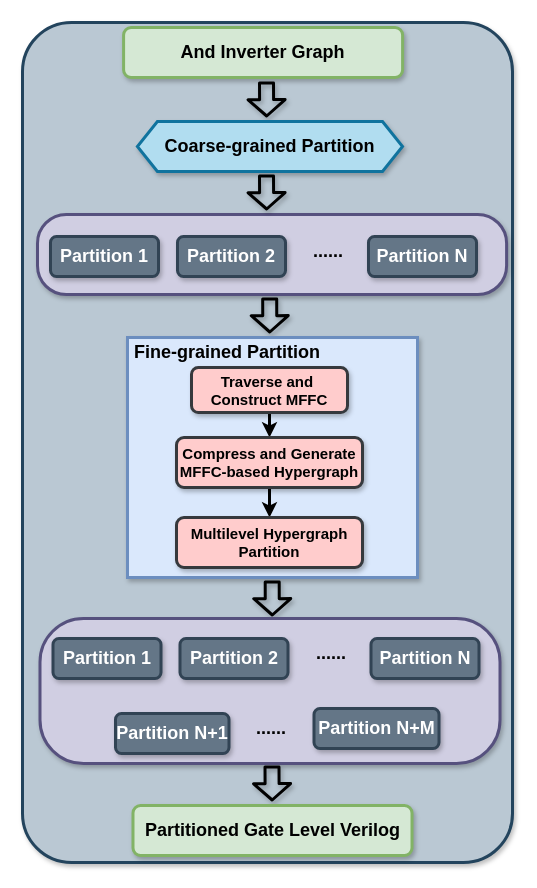
Above: PartitionFlow.drawio in kxzhu0505/LogicSynOpt (draw.io), before the change. Source tidied: cells renumbered, new cells numbered last; positions are measured from the earlier drawing's top-left corner, leaving out a move shared by most shapes. Both pictures are drawn from the tidied source at 100%, with x=0, y=0 at pixel (22, 22).
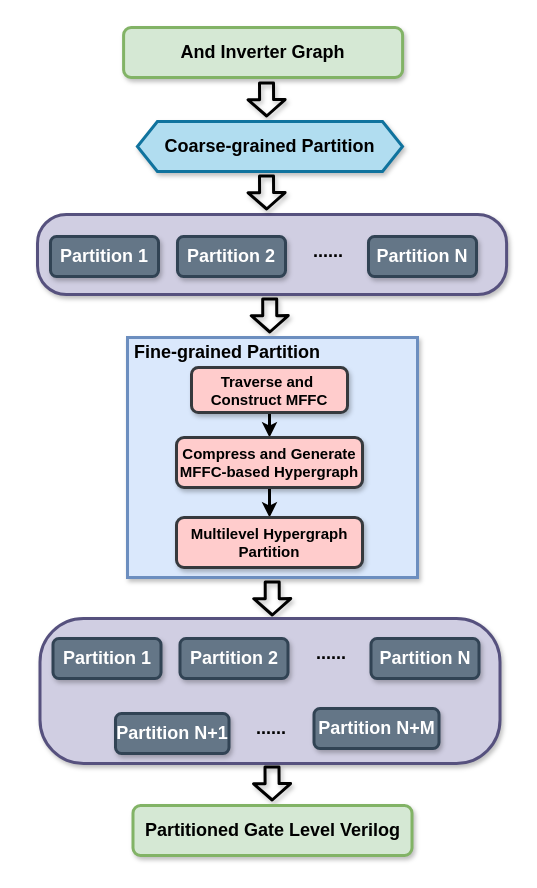
The same diagram, later.

Diff of the diagram source:
```diff
@@
-    <mxCell id="2" style="rounded=1;whiteSpace=wrap;html=1;glass=0;shadow=1;strokeWidth=3;fontSize=18;fillColor=#bac8d3;strokeColor=#23445d;arcSize=10;" parent="1" vertex="1">
-      <mxGeometry width="490" height="840" as="geometry" />
-    </mxCell>
```
